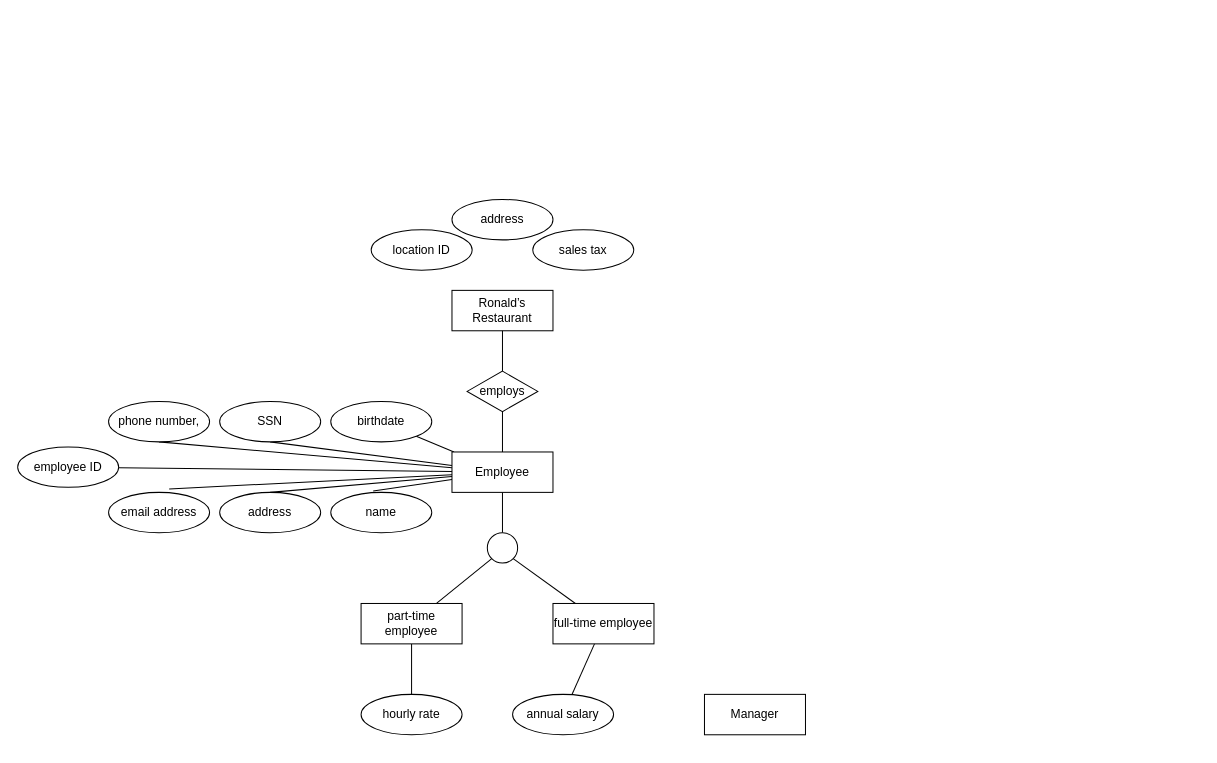
Above: Untitled Diagram.drawio in forpersonaluseonly/BSCS2BPub (draw.io), before the change. Source tidied: cells renumbered, new cells numbered last; positions are measured from the earlier drawing's top-left corner, leaving out a move shared by most shapes. Both pictures are drawn from the tidied source at 101%, with x=0, y=0 at pixel (17, 199).
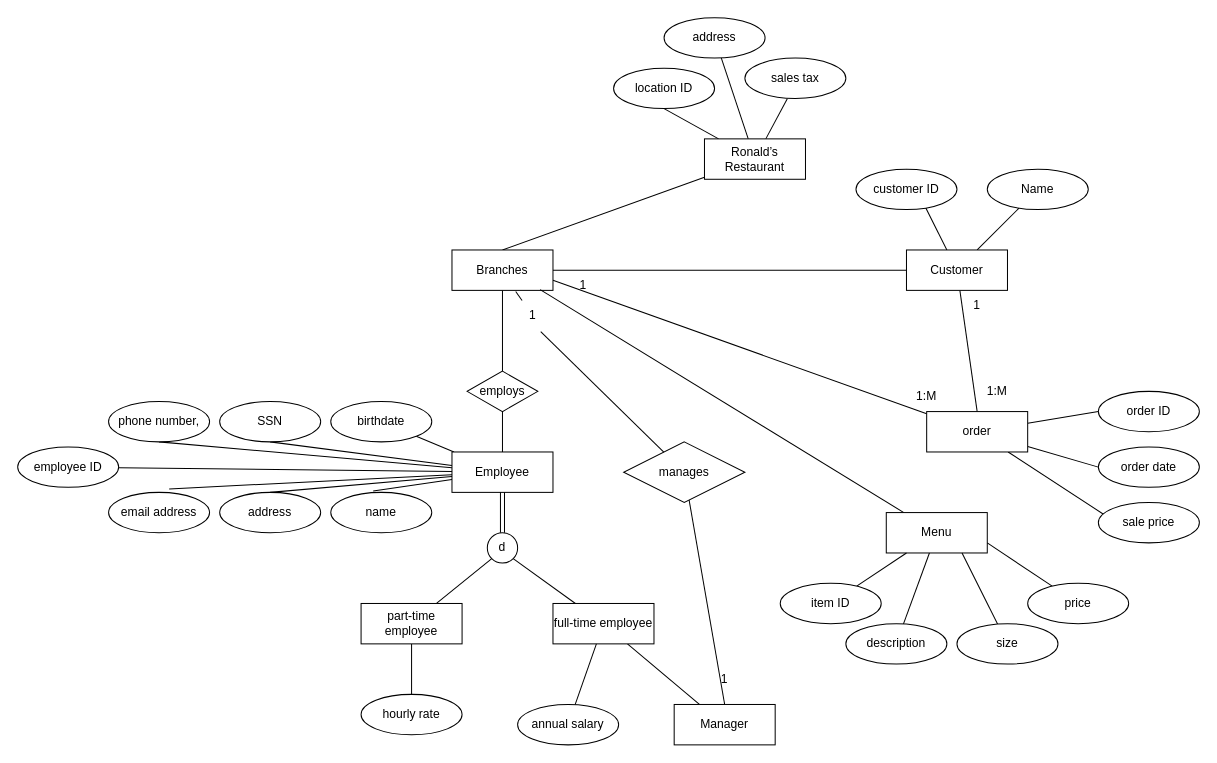
The same diagram, later.

Unchanged cells that the change refers to:
```xml
<mxCell id="13" value="Employee" style="whiteSpace=wrap;html=1;align=center;" parent="1" vertex="1">
  <mxGeometry x="430" y="250" width="100" height="40" as="geometry" />
</mxCell>
<mxCell id="23" value="employs&lt;br&gt;" style="shape=rhombus;perimeter=rhombusPerimeter;whiteSpace=wrap;html=1;align=center;" parent="1" vertex="1">
  <mxGeometry x="445" y="170" width="70" height="40" as="geometry" />
</mxCell>
<mxCell id="29" value="full-time employee" style="whiteSpace=wrap;html=1;align=center;" parent="1" vertex="1">
  <mxGeometry x="530" y="400" width="100" height="40" as="geometry" />
</mxCell>
```

Diff of the diagram source:
```diff
@@
     <mxCell id="2" value="location ID" style="ellipse;whiteSpace=wrap;html=1;align=center;" parent="1" vertex="1">
-      <mxGeometry x="350" y="30" width="100" height="40" as="geometry" />
+      <mxGeometry x="590" y="-130" width="100" height="40" as="geometry" />
     </mxCell>
+    <mxCell id="35" style="rounded=0;jettySize=auto;html=1;entryX=0.5;entryY=1;entryDx=0;entryDy=0;endArrow=none;endFill=0;" parent="1" edge="1" source="3" target="2">
+      <mxGeometry relative="1" as="geometry" />
+    </mxCell>
+    <mxCell id="36" style="rounded=0;jettySize=auto;html=1;endArrow=none;endFill=0;" parent="1" edge="1" source="3" target="4">
+      <mxGeometry relative="1" as="geometry" />
+    </mxCell>
+    <mxCell id="37" style="rounded=0;jettySize=auto;html=1;entryX=0.42;entryY=1.007;entryDx=0;entryDy=0;endArrow=none;endFill=0;entryPerimeter=0;" parent="1" edge="1" source="3" target="5">
+      <mxGeometry relative="1" as="geometry" />
+    </mxCell>
+    <mxCell id="38" style="rounded=0;jettySize=auto;html=1;entryX=0.5;entryY=0;entryDx=0;entryDy=0;endArrow=none;endFill=0;" parent="1" edge="1" source="3" target="56">
+      <mxGeometry relative="1" as="geometry" />
+    </mxCell>
     <mxCell id="3" value="Ronald’s Restaurant" style="whiteSpace=wrap;html=1;align=center;" parent="1" vertex="1">
-      <mxGeometry x="430" y="90" width="100" height="40" as="geometry" />
+      <mxGeometry x="680" y="-60" width="100" height="40" as="geometry" />
     </mxCell>
     <mxCell id="4" value="address" style="ellipse;whiteSpace=wrap;html=1;align=center;" parent="1" vertex="1">
-      <mxGeometry x="430" width="100" height="40" as="geometry" />
+      <mxGeometry x="640" y="-180" width="100" height="40" as="geometry" />
     </mxCell>
     <mxCell id="5" value="sales tax" style="ellipse;whiteSpace=wrap;html=1;align=center;" parent="1" vertex="1">
-      <mxGeometry x="510" y="30" width="100" height="40" as="geometry" />
+      <mxGeometry x="720" y="-140" width="100" height="40" as="geometry" />
     </mxCell>
@@
-    <mxCell id="21" style="rounded=0;jettySize=auto;html=1;entryX=0.5;entryY=1;entryDx=0;entryDy=0;endArrow=none;endFill=0;" parent="1" edge="1" source="23" target="3">
+    <mxCell id="21" style="rounded=0;jettySize=auto;html=1;endArrow=none;endFill=0;" parent="1" edge="1" source="23" target="56">
       <mxGeometry relative="1" as="geometry" />
     </mxCell>
@@
-    <mxCell id="24" style="rounded=0;jettySize=auto;html=1;entryX=0.5;entryY=1;entryDx=0;entryDy=0;endArrow=none;endFill=0;" parent="1" edge="1" source="25" target="13">
+    <mxCell id="24" style="rounded=0;jettySize=auto;html=1;entryX=0.5;entryY=1;entryDx=0;entryDy=0;endArrow=none;endFill=0;shape=link;" parent="1" edge="1" source="25" target="13">
       <mxGeometry relative="1" as="geometry" />
     </mxCell>
-    <mxCell id="25" style="ellipse;whiteSpace=wrap;html=1;" parent="1" vertex="1">
+    <mxCell id="25" value="d" style="ellipse;whiteSpace=wrap;html=1;" parent="1" vertex="1">
       <mxGeometry x="465" y="330" width="30" height="30" as="geometry" />
     </mxCell>
@@
+    <mxCell id="39" style="rounded=0;jettySize=auto;html=1;endArrow=none;endFill=0;entryX=0.25;entryY=0;entryDx=0;entryDy=0;" parent="1" edge="1" source="29" target="34">
+      <mxGeometry relative="1" as="geometry" />
+    </mxCell>
@@
     <mxCell id="33" value="annual salary" style="ellipse;whiteSpace=wrap;html=1;align=center;" parent="1" vertex="1">
-      <mxGeometry x="490" y="490" width="100" height="40" as="geometry" />
+      <mxGeometry x="495" y="500" width="100" height="40" as="geometry" />
     </mxCell>
+    <mxCell id="40" style="rounded=0;jettySize=auto;html=1;endArrow=none;endFill=0;exitX=0.5;exitY=0;exitDx=0;exitDy=0;" parent="1" edge="1" source="34" target="58">
+      <mxGeometry relative="1" as="geometry" />
+    </mxCell>
     <mxCell id="34" value="Manager" style="whiteSpace=wrap;html=1;align=center;" parent="1" vertex="1">
-      <mxGeometry x="680" y="490" width="100" height="40" as="geometry" />
+      <mxGeometry x="650" y="500" width="100" height="40" as="geometry" />
     </mxCell>
+    <mxCell id="41" style="rounded=0;jettySize=auto;html=1;entryX=0.5;entryY=0;entryDx=0;entryDy=0;endArrow=none;endFill=0;" parent="1" edge="1" source="44" target="45">
+      <mxGeometry relative="1" as="geometry" />
+    </mxCell>
+    <mxCell id="42" style="rounded=0;jettySize=auto;html=1;endArrow=none;endFill=0;" parent="1" edge="1" source="44" target="46">
+      <mxGeometry relative="1" as="geometry" />
+    </mxCell>
+    <mxCell id="43" style="rounded=0;jettySize=auto;html=1;entryX=0.5;entryY=0;entryDx=0;entryDy=0;endArrow=none;endFill=0;" parent="1" edge="1" source="44" target="51">
+      <mxGeometry relative="1" as="geometry" />
+    </mxCell>
+    <mxCell id="44" value="Customer" style="whiteSpace=wrap;html=1;align=center;" parent="1" vertex="1">
+      <mxGeometry x="880" y="50" width="100" height="40" as="geometry" />
+    </mxCell>
+    <mxCell id="45" value="customer ID" style="ellipse;whiteSpace=wrap;html=1;align=center;" parent="1" vertex="1">
+      <mxGeometry x="830" y="-30" width="100" height="40" as="geometry" />
+    </mxCell>
+    <mxCell id="46" value="Name" style="ellipse;whiteSpace=wrap;html=1;align=center;" parent="1" vertex="1">
+      <mxGeometry x="960" y="-30" width="100" height="40" as="geometry" />
+    </mxCell>
+    <mxCell id="47" style="rounded=0;jettySize=auto;html=1;entryX=0;entryY=0.5;entryDx=0;entryDy=0;endArrow=none;endFill=0;" parent="1" edge="1" source="51" target="52">
+      <mxGeometry relative="1" as="geometry" />
+    </mxCell>
+    <mxCell id="48" style="rounded=0;jettySize=auto;html=1;entryX=0;entryY=0.5;entryDx=0;entryDy=0;endArrow=none;endFill=0;" parent="1" edge="1" source="51" target="53">
+      <mxGeometry relative="1" as="geometry" />
+    </mxCell>
+    <mxCell id="49" style="rounded=0;jettySize=auto;html=1;entryX=0.058;entryY=0.303;entryDx=0;entryDy=0;entryPerimeter=0;endArrow=none;endFill=0;" parent="1" edge="1" source="51" target="54">
+      <mxGeometry relative="1" as="geometry" />
+    </mxCell>
+    <mxCell id="50" style="rounded=0;jettySize=auto;html=1;entryX=1;entryY=0.75;entryDx=0;entryDy=0;endArrow=none;endFill=0;" parent="1" edge="1" source="51" target="56">
+      <mxGeometry relative="1" as="geometry" />
+    </mxCell>
+    <mxCell id="51" value="order" style="whiteSpace=wrap;html=1;align=center;" parent="1" vertex="1">
+      <mxGeometry x="900" y="210" width="100" height="40" as="geometry" />
+    </mxCell>
+    <mxCell id="52" value=" order ID" style="ellipse;whiteSpace=wrap;html=1;align=center;" parent="1" vertex="1">
+      <mxGeometry x="1070" y="190" width="100" height="40" as="geometry" />
+    </mxCell>
+    <mxCell id="53" value=" order date" style="ellipse;whiteSpace=wrap;html=1;align=center;" parent="1" vertex="1">
+      <mxGeometry x="1070" y="245" width="100" height="40" as="geometry" />
+    </mxCell>
+    <mxCell id="54" value="sale price" style="ellipse;whiteSpace=wrap;html=1;align=center;" parent="1" vertex="1">
+      <mxGeometry x="1070" y="300" width="100" height="40" as="geometry" />
+    </mxCell>
+    <mxCell id="55" style="rounded=0;jettySize=auto;html=1;entryX=0;entryY=0.5;entryDx=0;entryDy=0;endArrow=none;endFill=0;" parent="1" edge="1" source="56" target="44">
+      <mxGeometry relative="1" as="geometry" />
+    </mxCell>
+    <mxCell id="56" value="Branches" style="whiteSpace=wrap;html=1;align=center;" parent="1" vertex="1">
+      <mxGeometry x="430" y="50" width="100" height="40" as="geometry" />
+    </mxCell>
+    <mxCell id="57" style="rounded=0;jettySize=auto;html=1;entryX=0.631;entryY=1.027;entryDx=0;entryDy=0;entryPerimeter=0;endArrow=none;endFill=0;" parent="1" edge="1" source="71" target="56">
+      <mxGeometry relative="1" as="geometry" />
+    </mxCell>
+    <mxCell id="58" value="manages" style="shape=rhombus;perimeter=rhombusPerimeter;whiteSpace=wrap;html=1;align=center;" parent="1" vertex="1">
+      <mxGeometry x="600" y="240" width="120" height="60" as="geometry" />
+    </mxCell>
+    <mxCell id="59" style="rounded=0;jettySize=auto;html=1;entryX=0.873;entryY=0.981;entryDx=0;entryDy=0;endArrow=none;endFill=0;entryPerimeter=0;" parent="1" edge="1" source="60" target="56">
+      <mxGeometry relative="1" as="geometry" />
+    </mxCell>
+    <mxCell id="60" value="Menu" style="whiteSpace=wrap;html=1;align=center;" parent="1" vertex="1">
+      <mxGeometry x="860" y="310" width="100" height="40" as="geometry" />
+    </mxCell>
+    <mxCell id="61" style="rounded=0;jettySize=auto;html=1;endArrow=none;endFill=0;" parent="1" edge="1" source="62" target="60">
+      <mxGeometry relative="1" as="geometry" />
+    </mxCell>
+    <mxCell id="62" value="item ID" style="ellipse;whiteSpace=wrap;html=1;align=center;" parent="1" vertex="1">
+      <mxGeometry x="755" y="380" width="100" height="40" as="geometry" />
+    </mxCell>
+    <mxCell id="63" style="rounded=0;jettySize=auto;html=1;endArrow=none;endFill=0;" parent="1" edge="1" source="64" target="60">
+      <mxGeometry relative="1" as="geometry" />
+    </mxCell>
+    <mxCell id="64" value="description" style="ellipse;whiteSpace=wrap;html=1;align=center;" parent="1" vertex="1">
+      <mxGeometry x="820" y="420" width="100" height="40" as="geometry" />
+    </mxCell>
+    <mxCell id="65" style="rounded=0;jettySize=auto;html=1;entryX=0.75;entryY=1;entryDx=0;entryDy=0;endArrow=none;endFill=0;" parent="1" edge="1" source="66" target="60">
+      <mxGeometry relative="1" as="geometry" />
+    </mxCell>
+    <mxCell id="66" value="size" style="ellipse;whiteSpace=wrap;html=1;align=center;" parent="1" vertex="1">
+      <mxGeometry x="930" y="420" width="100" height="40" as="geometry" />
+    </mxCell>
+    <mxCell id="67" style="rounded=0;jettySize=auto;html=1;entryX=1;entryY=0.75;entryDx=0;entryDy=0;endArrow=none;endFill=0;" parent="1" edge="1" source="68" target="60">
+      <mxGeometry relative="1" as="geometry" />
+    </mxCell>
+    <mxCell id="68" value="price" style="ellipse;whiteSpace=wrap;html=1;align=center;" parent="1" vertex="1">
+      <mxGeometry x="1000" y="380" width="100" height="40" as="geometry" />
+    </mxCell>
+    <mxCell id="69" value="1" style="text;html=1;strokeColor=none;fillColor=none;align=center;verticalAlign=middle;whiteSpace=wrap;rounded=0;" parent="1" vertex="1">
+      <mxGeometry x="670" y="460" width="60" height="30" as="geometry" />
+    </mxCell>
+    <mxCell id="70" style="rounded=0;jettySize=auto;html=1;entryX=0.631;entryY=1.027;entryDx=0;entryDy=0;entryPerimeter=0;endArrow=none;endFill=0;" parent="1" edge="1" source="58" target="71">
+      <mxGeometry relative="1" as="geometry" />
+    </mxCell>
+    <mxCell id="71" value="1" style="text;html=1;strokeColor=none;fillColor=none;align=center;verticalAlign=middle;whiteSpace=wrap;rounded=0;" parent="1" vertex="1">
+      <mxGeometry x="480" y="100" width="60" height="30" as="geometry" />
+    </mxCell>
+    <mxCell id="72" value="1" style="text;html=1;strokeColor=none;fillColor=none;align=center;verticalAlign=middle;whiteSpace=wrap;rounded=0;" parent="1" vertex="1">
+      <mxGeometry x="920" y="90" width="60" height="30" as="geometry" />
+    </mxCell>
+    <mxCell id="73" value="1" style="text;html=1;strokeColor=none;fillColor=none;align=center;verticalAlign=middle;whiteSpace=wrap;rounded=0;" parent="1" vertex="1">
+      <mxGeometry x="530" y="70" width="60" height="30" as="geometry" />
+    </mxCell>
+    <mxCell id="74" value="1:M" style="text;html=1;strokeColor=none;fillColor=none;align=center;verticalAlign=middle;whiteSpace=wrap;rounded=0;" parent="1" vertex="1">
+      <mxGeometry x="870" y="180" width="60" height="30" as="geometry" />
+    </mxCell>
+    <mxCell id="75" value="1:M" style="text;html=1;strokeColor=none;fillColor=none;align=center;verticalAlign=middle;whiteSpace=wrap;rounded=0;" parent="1" vertex="1">
+      <mxGeometry x="940" y="175" width="60" height="30" as="geometry" />
+    </mxCell>
```
